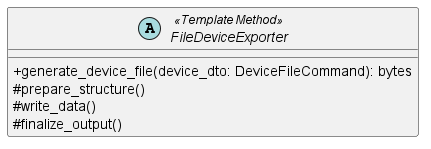
Earlier version of the PlantUML export src/PB/DocumentazioneEsterna/Specifica_Tecnica/content/05-diagrammi-classi/uml/png/Export/FileDeviceExporter.png (GroupRubberDuck/Documentazione).
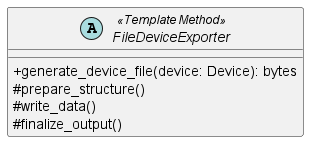
After the change.

What changed in the source:
```diff
@@ -1,7 +1,7 @@
 @startuml FileDeviceExporter
 skinparam classAttributeIconSize 0
 abstract class FileDeviceExporter <<Template Method>> {
-    + generate_device_file(device_dto: DeviceFileCommand): bytes
+    + generate_device_file(device: Device): bytes
     # prepare_structure()
     # write_data()
     # finalize_output()
```
